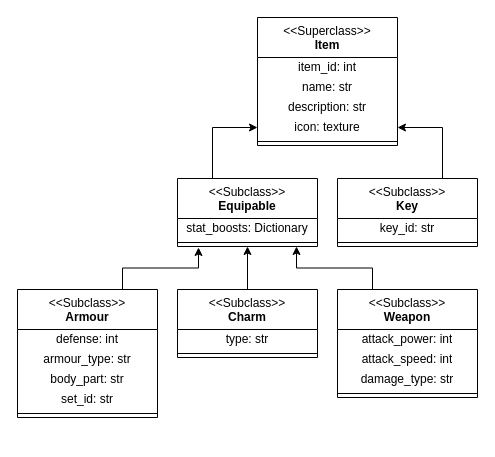
This is Documentation/images/design/Item_Class_Diagram.drawio from JCSnelson/JSnelson-NEA, a draw.io file, before an edit. Source tidied: cells renumbered, new cells numbered last; positions are measured from the earlier drawing's top-left corner, leaving out a move shared by most shapes. Both pictures are drawn from the tidied source at 100%, with x=0, y=0 at pixel (17, 17).
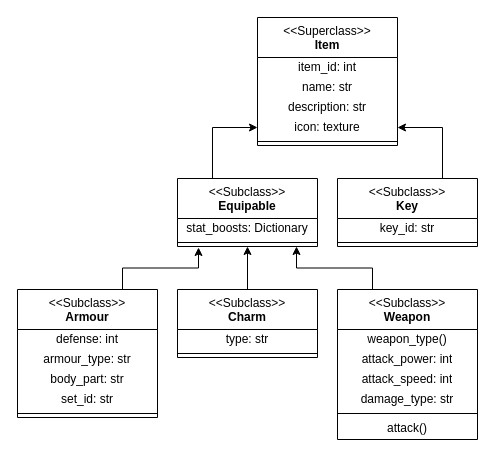
The same diagram, later.

What changed in the source:
```diff
@@
     <mxCell id="19" value="&amp;lt;&amp;lt;Subclass&amp;gt;&amp;gt;&lt;br&gt;&lt;b&gt;Weapon&lt;/b&gt;" style="swimlane;fontStyle=0;align=center;verticalAlign=top;horizontal=1;startSize=40;html=1;whiteSpace=wrap;" parent="1" vertex="1">
-      <mxGeometry x="320" y="272" width="140" height="108" as="geometry" />
+      <mxGeometry x="320" y="272" width="140" height="150" as="geometry" />
     </mxCell>
+    <mxCell id="33" value="weapon_type()" style="text;html=1;strokeColor=none;fillColor=none;align=center;verticalAlign=middle;spacingLeft=4;spacingRight=4;overflow=hidden;whiteSpace=wrap;" parent="19" vertex="1">
+      <mxGeometry y="40" width="140" height="20" as="geometry" />
+    </mxCell>
     <mxCell id="20" value="attack_power: int" style="text;html=1;strokeColor=none;fillColor=none;align=center;verticalAlign=middle;spacingLeft=4;spacingRight=4;overflow=hidden;whiteSpace=wrap;" parent="19" vertex="1">
-      <mxGeometry y="40" width="140" height="20" as="geometry" />
+      <mxGeometry y="60" width="140" height="20" as="geometry" />
     </mxCell>
     <mxCell id="21" value="attack_speed: int" style="text;html=1;strokeColor=none;fillColor=none;align=center;verticalAlign=middle;spacingLeft=4;spacingRight=4;overflow=hidden;whiteSpace=wrap;" parent="19" vertex="1">
-      <mxGeometry y="60" width="140" height="20" as="geometry" />
+      <mxGeometry y="80" width="140" height="20" as="geometry" />
     </mxCell>
     <mxCell id="22" value="damage_type: str" style="text;html=1;strokeColor=none;fillColor=none;align=center;verticalAlign=middle;spacingLeft=4;spacingRight=4;overflow=hidden;whiteSpace=wrap;" parent="19" vertex="1">
-      <mxGeometry y="80" width="140" height="20" as="geometry" />
+      <mxGeometry y="100" width="140" height="20" as="geometry" />
     </mxCell>
     <mxCell id="23" style="line;strokeWidth=1;fillColor=none;align=left;verticalAlign=middle;spacingTop=-1;spacingLeft=3;spacingRight=3;labelPosition=right;" parent="19" vertex="1">
-      <mxGeometry y="100" width="140" height="8" as="geometry" />
+      <mxGeometry y="120" width="140" height="8" as="geometry" />
     </mxCell>
+    <mxCell id="34" value="attack()" style="text;html=1;strokeColor=none;fillColor=none;align=center;verticalAlign=middle;spacingLeft=4;spacingRight=4;overflow=hidden;whiteSpace=wrap;" parent="19" vertex="1">
+      <mxGeometry y="128" width="140" height="22" as="geometry" />
+    </mxCell>
```
